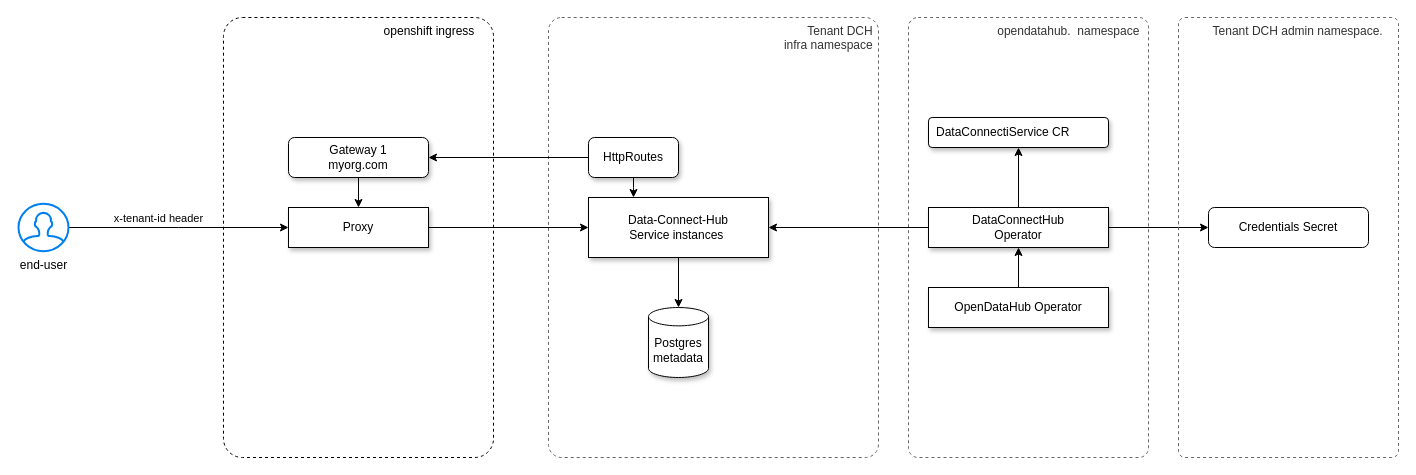
Before: page "soft-tenancy" (4 of 5) of architecture-decision-records/data-connect-hub/diagrams/Connections.drawio in opendatahub-io/architecture-decision-records, a draw.io diagram. Source tidied: cells renumbered, new cells numbered last; positions are measured from the earlier drawing's top-left corner, leaving out a move shared by most shapes. Both pictures are drawn from the tidied source at 100%, with x=0, y=0 at pixel (18, 17).
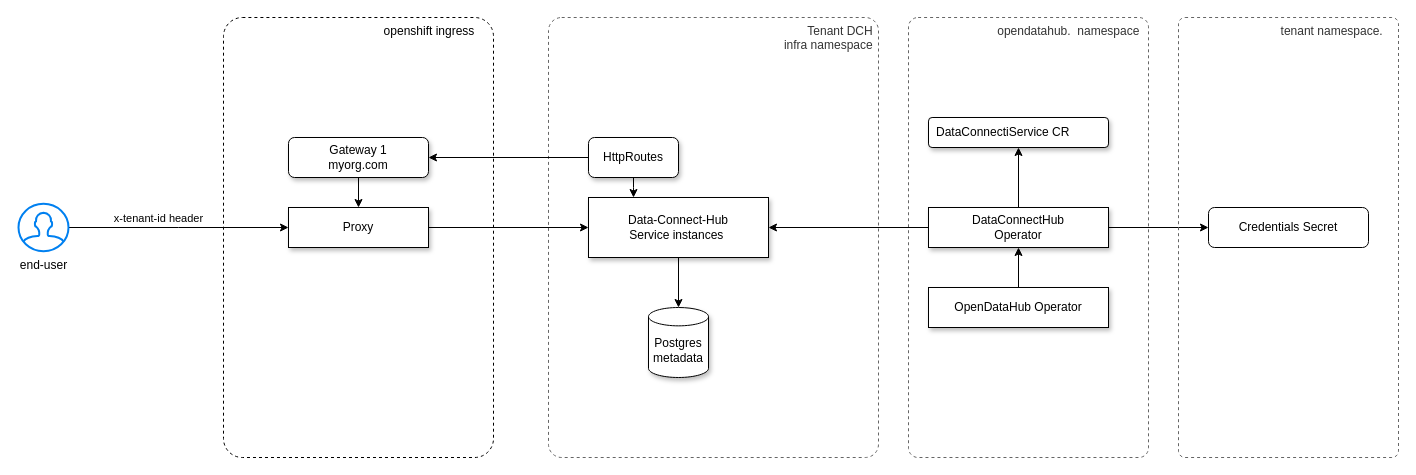
The same diagram, later.

Change to the diagram source:
```diff
@@
-    <mxCell id="25" value="Tenant DCH admin namespace.&amp;nbsp; &amp;nbsp;&amp;nbsp;" style="rounded=1;whiteSpace=wrap;html=1;verticalAlign=top;align=right;dashed=1;arcSize=3;fillColor=none;fontColor=#333333;strokeColor=#666666;strokeWidth=1;" parent="1" vertex="1">
+    <mxCell id="25" value="tenant namespace.&amp;nbsp; &amp;nbsp;&amp;nbsp;" style="rounded=1;whiteSpace=wrap;html=1;verticalAlign=top;align=right;dashed=1;arcSize=3;fillColor=none;fontColor=#333333;strokeColor=#666666;strokeWidth=1;" parent="1" vertex="1">
       <mxGeometry x="1160" width="220" height="440" as="geometry" />
     </mxCell>
```
